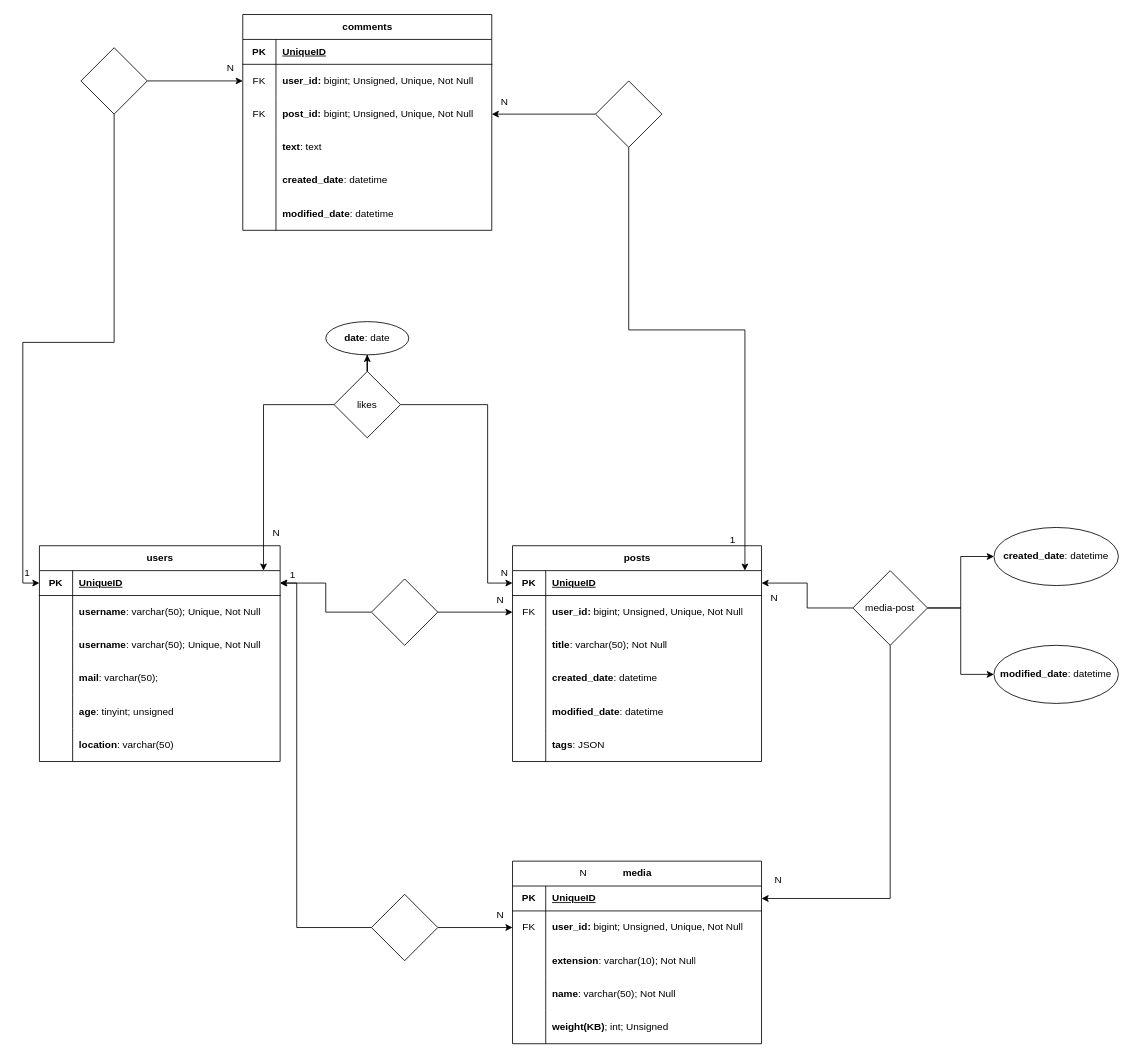
This is social-platform.drawio from giogiosgr/social-platform, a draw.io file, before an edit. Source tidied: cells renumbered, new cells numbered last; positions are measured from the earlier drawing's top-left corner, leaving out a move shared by most shapes. Both pictures are drawn from the tidied source at 83%, with x=0, y=0 at pixel (14, 14).
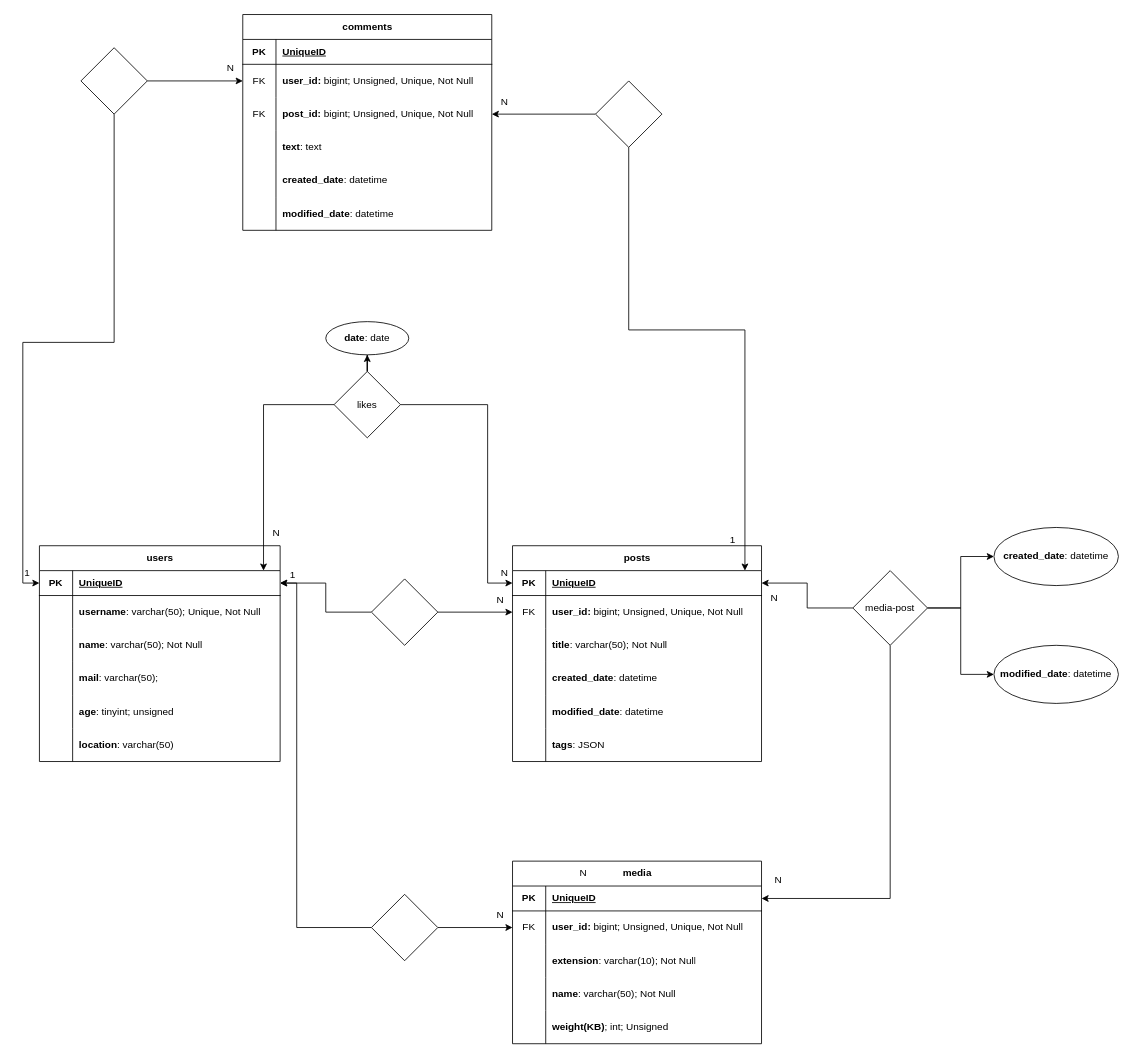
After the change.

Commit message (it also covers changes not shown here):
feat: fine schema

Unchanged cells that the change refers to:
```xml
<mxCell id="9" style="shape=tableRow;horizontal=0;startSize=0;swimlaneHead=0;swimlaneBody=0;fillColor=none;top=0;left=0;right=0;bottom=0;" parent="2" vertex="1">
  <mxGeometry y="100" width="290" height="40" as="geometry" />
</mxCell>
```

What changed in the source:
```diff
@@
-    <mxCell id="11" value="&lt;b&gt;username&lt;/b&gt;: varchar(50); Unique, Not Null&amp;nbsp; &amp;nbsp;" style="shape=partialRectangle;fillColor=none;top=0;left=0;bottom=0;right=0;align=left;spacingLeft=6;overflow=hidden;whiteSpace=wrap;html=1;" parent="9" vertex="1">
+    <mxCell id="11" value="&lt;b&gt;name&lt;/b&gt;: varchar(50); Not Null&amp;nbsp; &amp;nbsp;" style="shape=partialRectangle;fillColor=none;top=0;left=0;bottom=0;right=0;align=left;spacingLeft=6;overflow=hidden;whiteSpace=wrap;html=1;" parent="9" vertex="1">
       <mxGeometry x="40" width="250" height="40" as="geometry" />
     </mxCell>
```
